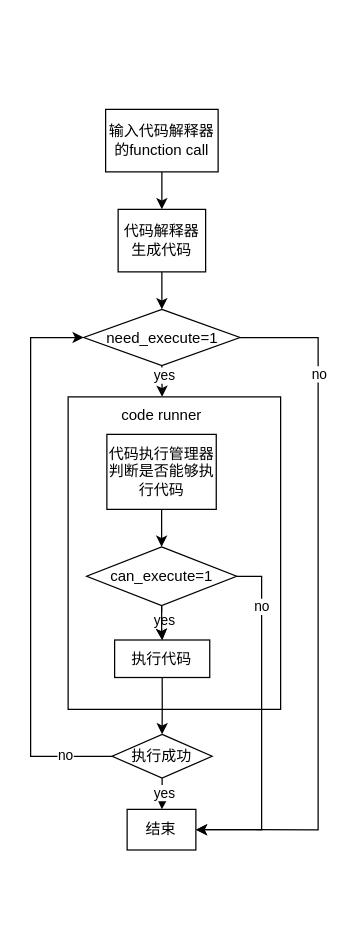
Before: 代码解释器.drawio in sunray42/diagrams, a draw.io diagram. Source tidied: cells renumbered, new cells numbered last; positions are measured from the earlier drawing's top-left corner, leaving out a move shared by most shapes. Both pictures are drawn from the tidied source at 125%, with x=0, y=0 at pixel (30, 109).
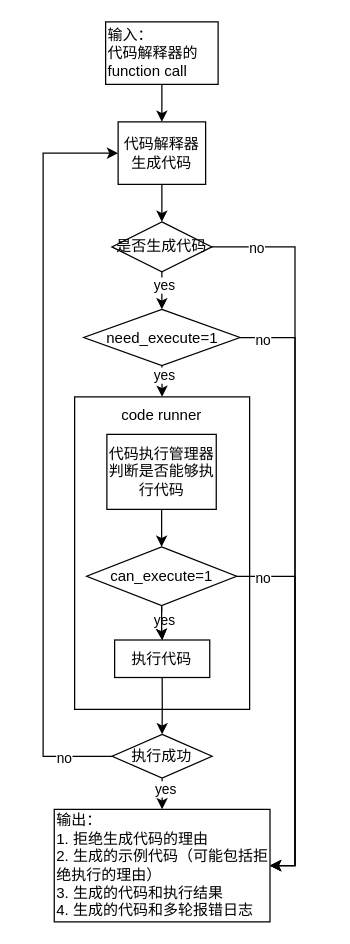
Above is the later version.

Commit message (it also covers changes not shown here):
更新代码解释器.drawio

The change refers to these unchanged cells:
```xml
<mxCell id="8" value="need_execute=1" style="rhombus;whiteSpace=wrap;html=1;rounded=0;" parent="1" vertex="1">
  <mxGeometry x="42.5" y="160" width="125" height="45" as="geometry" />
</mxCell>
<mxCell id="16" value="执行成功" style="rhombus;whiteSpace=wrap;html=1;rounded=0;" parent="1" vertex="1">
  <mxGeometry x="65.2" y="500" width="80" height="35" as="geometry" />
</mxCell>
<mxCell id="23" style="edgeStyle=orthogonalEdgeStyle;rounded=0;jettySize=auto;html=1;exitX=1;exitY=0.5;exitDx=0;exitDy=0;entryX=1;entryY=0.5;entryDx=0;entryDy=0;" parent="1" edge="1" source="25" target="17">
  <mxGeometry relative="1" as="geometry" />
</mxCell>
```

Change to the diagram source:
```diff
@@
-    <mxCell id="2" style="edgeStyle=orthogonalEdgeStyle;rounded=0;jettySize=auto;html=1;" parent="1" edge="1" source="3" target="8">
-      <mxGeometry relative="1" as="geometry" />
-    </mxCell>
+    <mxCell id="29" style="edgeStyle=orthogonalEdgeStyle;rounded=0;jettySize=auto;html=1;" parent="1" edge="1" source="3" target="40">
+      <mxGeometry relative="1" as="geometry" />
+    </mxCell>
     <mxCell id="3" value="代码解释器生成代码" style="rounded=0;whiteSpace=wrap;html=1;" parent="1" vertex="1">
-      <mxGeometry x="70" y="80" width="70" height="50" as="geometry" />
+      <mxGeometry x="70" y="10" width="70" height="50" as="geometry" />
     </mxCell>
-    <mxCell id="4" style="edgeStyle=orthogonalEdgeStyle;rounded=0;jettySize=auto;html=1;exitX=1;exitY=0.5;exitDx=0;exitDy=0;entryX=1;entryY=0.5;entryDx=0;entryDy=0;" parent="1" edge="1" source="8" target="17">
-      <mxGeometry relative="1" as="geometry">
-        <Array as="points">
-          <mxPoint x="230" y="183" />
-          <mxPoint x="230" y="576" />
-        </Array>
-      </mxGeometry>
-    </mxCell>
-    <mxCell id="5" value="no" style="edgeLabel;html=1;align=center;verticalAlign=middle;" parent="4" vertex="1">
-      <mxGeometry x="-0.67" relative="1" as="geometry" />
-    </mxCell>
@@
+    <mxCell id="4" style="edgeStyle=orthogonalEdgeStyle;rounded=0;jettySize=auto;html=1;exitX=1;exitY=0.5;exitDx=0;exitDy=0;entryX=1;entryY=0.5;entryDx=0;entryDy=0;" parent="1" edge="1" source="8" target="17">
+      <mxGeometry relative="1" as="geometry" />
+    </mxCell>
+    <mxCell id="30" value="no" style="edgeLabel;html=1;align=center;verticalAlign=middle;" parent="4" vertex="1">
+      <mxGeometry x="-0.93" y="-1" relative="1" as="geometry">
+        <mxPoint x="1" y="1" as="offset" />
+      </mxGeometry>
+    </mxCell>
@@
-    <mxCell id="10" value="输入代码解释器的function call" style="rounded=0;whiteSpace=wrap;html=1;" parent="1" vertex="1">
-      <mxGeometry x="60" width="90" height="50" as="geometry" />
+    <mxCell id="10" value="输入：&lt;div&gt;代码解释器的function call&lt;/div&gt;" style="rounded=0;whiteSpace=wrap;html=1;align=left;" parent="1" vertex="1">
+      <mxGeometry x="60" y="-70" width="90" height="50" as="geometry" />
     </mxCell>
     <mxCell id="11" style="whiteSpace=wrap;html=1;rounded=0;" parent="1" vertex="1">
-      <mxGeometry x="30" y="230" width="170" height="250" as="geometry" />
+      <mxGeometry x="35.2" y="230" width="140" height="250" as="geometry" />
     </mxCell>
-    <mxCell id="12" style="edgeStyle=orthogonalEdgeStyle;rounded=0;jettySize=auto;html=1;" parent="1" edge="1" source="16">
-      <mxGeometry relative="1" as="geometry">
-        <mxPoint x="105" y="560" as="targetPoint" />
-      </mxGeometry>
-    </mxCell>
-    <mxCell id="13" value="yes" style="edgeLabel;html=1;align=center;verticalAlign=middle;" parent="12" vertex="1">
-      <mxGeometry x="-0.21" y="1" relative="1" as="geometry">
-        <mxPoint y="1" as="offset" />
-      </mxGeometry>
-    </mxCell>
-    <mxCell id="14" style="edgeStyle=orthogonalEdgeStyle;rounded=0;jettySize=auto;html=1;exitX=0;exitY=0.5;exitDx=0;exitDy=0;entryX=0;entryY=0.5;entryDx=0;entryDy=0;" parent="1" edge="1" source="16" target="8">
-      <mxGeometry relative="1" as="geometry">
-        <Array as="points">
-          <mxPoint y="518" />
-          <mxPoint y="183" />
-        </Array>
-      </mxGeometry>
-    </mxCell>
-    <mxCell id="15" value="no" style="edgeLabel;html=1;align=center;verticalAlign=middle;" parent="14" vertex="1">
-      <mxGeometry x="-0.83" y="-1" relative="1" as="geometry" />
-    </mxCell>
+    <mxCell id="31" style="edgeStyle=orthogonalEdgeStyle;rounded=0;jettySize=auto;html=1;exitX=0;exitY=0.5;exitDx=0;exitDy=0;entryX=0;entryY=0.5;entryDx=0;entryDy=0;" parent="1" edge="1" source="16" target="3">
+      <mxGeometry relative="1" as="geometry">
+        <Array as="points">
+          <mxPoint x="10" y="518" />
+          <mxPoint x="10" y="35" />
+        </Array>
+      </mxGeometry>
+    </mxCell>
+    <mxCell id="32" value="no" style="edgeLabel;html=1;align=center;verticalAlign=middle;" parent="31" vertex="1">
+      <mxGeometry x="-0.87" y="1" relative="1" as="geometry" />
+    </mxCell>
+    <mxCell id="33" style="edgeStyle=orthogonalEdgeStyle;rounded=0;jettySize=auto;html=1;exitX=0.5;exitY=1;exitDx=0;exitDy=0;entryX=0.5;entryY=0;entryDx=0;entryDy=0;" parent="1" edge="1" source="16" target="17">
+      <mxGeometry relative="1" as="geometry" />
+    </mxCell>
+    <mxCell id="34" value="yes" style="edgeLabel;html=1;align=center;verticalAlign=middle;" parent="33" vertex="1">
+      <mxGeometry x="-0.36" y="2" relative="1" as="geometry" />
+    </mxCell>
@@
-    <mxCell id="17" value="结束" style="whiteSpace=wrap;html=1;rounded=0;" parent="1" vertex="1">
-      <mxGeometry x="77.2" y="560" width="55" height="32.5" as="geometry" />
+    <mxCell id="17" value="输出：&lt;div&gt;1. 拒绝生成代码的理由&lt;/div&gt;&lt;div&gt;2. 生成的示例代码（可能包括拒绝执行的理由）&lt;/div&gt;&lt;div&gt;3. 生成的代码和执行结果&lt;/div&gt;&lt;div&gt;4. 生成的代码和多轮报错日志&lt;/div&gt;" style="whiteSpace=wrap;html=1;rounded=0;align=left;" parent="1" vertex="1">
+      <mxGeometry x="18.9" y="560" width="172.6" height="90" as="geometry" />
     </mxCell>
@@
-    <mxCell id="24" value="no" style="edgeLabel;html=1;align=center;verticalAlign=middle;" parent="23" vertex="1">
-      <mxGeometry x="-0.68" relative="1" as="geometry" />
-    </mxCell>
+    <mxCell id="35" value="no" style="edgeLabel;html=1;align=center;verticalAlign=middle;" parent="23" vertex="1">
+      <mxGeometry x="-0.86" relative="1" as="geometry">
+        <mxPoint y="1" as="offset" />
+      </mxGeometry>
+    </mxCell>
@@
+    <mxCell id="36" style="edgeStyle=orthogonalEdgeStyle;rounded=0;jettySize=auto;html=1;exitX=0.5;exitY=1;exitDx=0;exitDy=0;entryX=0.5;entryY=0;entryDx=0;entryDy=0;" parent="1" edge="1" source="40" target="8">
+      <mxGeometry relative="1" as="geometry" />
+    </mxCell>
+    <mxCell id="37" value="yes" style="edgeLabel;html=1;align=center;verticalAlign=middle;" parent="36" vertex="1">
+      <mxGeometry x="-0.33" y="1" relative="1" as="geometry" />
+    </mxCell>
+    <mxCell id="38" style="edgeStyle=orthogonalEdgeStyle;rounded=0;jettySize=auto;html=1;exitX=1;exitY=0.5;exitDx=0;exitDy=0;entryX=1;entryY=0.5;entryDx=0;entryDy=0;" parent="1" edge="1" source="40" target="17">
+      <mxGeometry relative="1" as="geometry" />
+    </mxCell>
+    <mxCell id="39" value="no" style="edgeLabel;html=1;align=center;verticalAlign=middle;" parent="38" vertex="1">
+      <mxGeometry x="-0.88" relative="1" as="geometry" />
+    </mxCell>
+    <mxCell id="40" value="是否生成代码" style="rhombus;whiteSpace=wrap;html=1;rounded=0;" parent="1" vertex="1">
+      <mxGeometry x="65" y="90" width="80" height="40" as="geometry" />
+    </mxCell>
```
